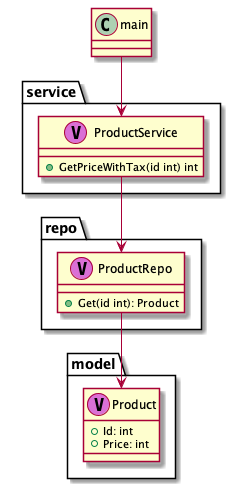
Earlier version of the PlantUML export arch.png (care-1040/di-sample).
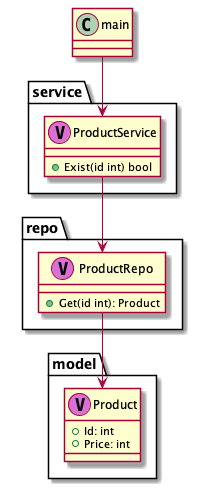
After the change.

Diff of the diagram source:
```diff
@@ -14,7 +14,7 @@
 
 package "service" {
     class "ProductService" as service.ProductService <<V,Orchid>> {
-        +GetPriceWithTax(id int) int
+        +Exist(id int) bool
     }
 }
 
```
